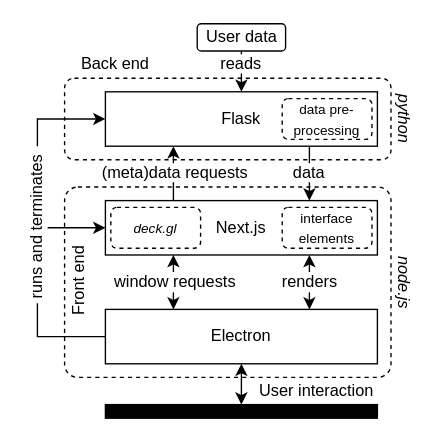
ylseanna/QuakeView keeps this draw.io diagram as docs/content/img/quakeview_structure.drawio. Above is the earlier version. Source tidied: cells renumbered, new cells numbered last; positions are measured from the earlier drawing's top-left corner, leaving out a move shared by most shapes. Both pictures are drawn from the tidied source at 136%, with x=0, y=0 at pixel (-45, 23).
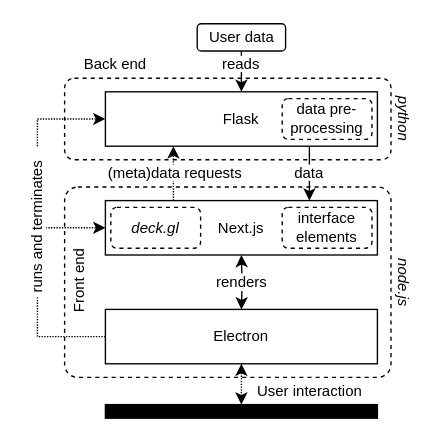
Above is the later version.

Commit message (it also covers changes not shown here):
Rejumbling for figures

The edit, as a diff of the source:
```diff
@@
-    <mxCell id="2" style="rounded=1;whiteSpace=wrap;html=1;dashed=1;fillColor=none;arcSize=7;" parent="1" vertex="1">
+    <mxCell id="2" style="rounded=1;whiteSpace=wrap;html=1;dashed=1;fillColor=none;arcSize=7;fontSize=11;" parent="1" vertex="1">
       <mxGeometry x="80" y="120" width="240" height="140" as="geometry" />
     </mxCell>
-    <mxCell id="3" style="edgeStyle=orthogonalEdgeStyle;rounded=0;jettySize=auto;html=1;entryX=0;entryY=0.5;entryDx=0;entryDy=0;" parent="1" edge="1" source="16" target="12">
+    <mxCell id="3" style="edgeStyle=orthogonalEdgeStyle;rounded=0;jettySize=auto;html=1;entryX=0;entryY=0.5;entryDx=0;entryDy=0;dashed=1;dashPattern=1 1;fontSize=11;" parent="1" edge="1" source="16" target="12">
       <mxGeometry relative="1" as="geometry">
         <Array as="points">
           <mxPoint x="60" y="70" />
         </Array>
       </mxGeometry>
     </mxCell>
-    <mxCell id="4" style="edgeStyle=orthogonalEdgeStyle;rounded=0;jettySize=auto;html=1;exitX=0.25;exitY=0;exitDx=0;exitDy=0;entryX=0.25;entryY=1;entryDx=0;entryDy=0;startArrow=classic;startFill=1;" parent="1" edge="1" source="5" target="8">
-      <mxGeometry relative="1" as="geometry" />
-    </mxCell>
-    <mxCell id="5" value="Electron" style="rounded=0;whiteSpace=wrap;html=1;" parent="1" vertex="1">
+    <mxCell id="5" value="Electron" style="rounded=0;whiteSpace=wrap;html=1;fontSize=11;" parent="1" vertex="1">
       <mxGeometry x="110" y="210" width="200" height="40" as="geometry" />
     </mxCell>
-    <mxCell id="6" style="edgeStyle=orthogonalEdgeStyle;rounded=0;jettySize=auto;html=1;exitX=0.25;exitY=0;exitDx=0;exitDy=0;entryX=0.25;entryY=1;entryDx=0;entryDy=0;" parent="1" edge="1" source="8" target="12">
+    <mxCell id="6" style="edgeStyle=orthogonalEdgeStyle;rounded=0;jettySize=auto;html=1;exitX=0.25;exitY=0;exitDx=0;exitDy=0;entryX=0.25;entryY=1;entryDx=0;entryDy=0;dashed=1;dashPattern=1 1;fontSize=11;" parent="1" edge="1" source="8" target="12">
       <mxGeometry relative="1" as="geometry" />
     </mxCell>
-    <mxCell id="7" style="edgeStyle=orthogonalEdgeStyle;rounded=0;jettySize=auto;html=1;exitX=0.75;exitY=1;exitDx=0;exitDy=0;entryX=0.75;entryY=0;entryDx=0;entryDy=0;startArrow=classic;startFill=1;" parent="1" edge="1" source="8" target="5">
-      <mxGeometry relative="1" as="geometry" />
+    <mxCell id="7" style="edgeStyle=orthogonalEdgeStyle;rounded=0;orthogonalLoop=1;jettySize=auto;html=1;exitX=0.75;exitY=1;exitDx=0;exitDy=0;entryX=0.75;entryY=0;entryDx=0;entryDy=0;startArrow=classic;startFill=1;fontSize=11;" parent="1" edge="1">
+      <mxGeometry relative="1" as="geometry">
+        <mxPoint x="210" y="170" as="sourcePoint" />
+        <mxPoint x="210" y="210" as="targetPoint" />
+      </mxGeometry>
     </mxCell>
-    <mxCell id="8" value="Next.js" style="rounded=0;whiteSpace=wrap;html=1;" parent="1" vertex="1">
+    <mxCell id="8" value="Next.js" style="rounded=0;whiteSpace=wrap;html=1;fontSize=11;" parent="1" vertex="1">
       <mxGeometry x="110" y="130" width="200" height="40" as="geometry" />
     </mxCell>
-    <mxCell id="9" style="rounded=1;whiteSpace=wrap;html=1;dashed=1;fillColor=none;arcSize=12;" parent="1" vertex="1">
+    <mxCell id="9" style="rounded=1;whiteSpace=wrap;html=1;dashed=1;fillColor=none;arcSize=12;fontSize=11;" parent="1" vertex="1">
       <mxGeometry x="80" y="40" width="240" height="60" as="geometry" />
     </mxCell>
-    <mxCell id="10" style="edgeStyle=orthogonalEdgeStyle;rounded=0;jettySize=auto;html=1;exitX=0.75;exitY=1;exitDx=0;exitDy=0;entryX=0.75;entryY=0;entryDx=0;entryDy=0;" parent="1" edge="1" source="12" target="8">
+    <mxCell id="10" style="edgeStyle=orthogonalEdgeStyle;rounded=0;jettySize=auto;html=1;exitX=0.75;exitY=1;exitDx=0;exitDy=0;entryX=0.75;entryY=0;entryDx=0;entryDy=0;fontSize=11;" parent="1" edge="1" source="12" target="8">
       <mxGeometry relative="1" as="geometry" />
     </mxCell>
-    <mxCell id="11" style="edgeStyle=orthogonalEdgeStyle;rounded=0;jettySize=auto;html=1;exitX=0.5;exitY=0;exitDx=0;exitDy=0;startArrow=classic;startFill=1;endArrow=none;endFill=0;" parent="1" edge="1" source="12" target="22">
+    <mxCell id="11" style="edgeStyle=orthogonalEdgeStyle;rounded=0;jettySize=auto;html=1;exitX=0.5;exitY=0;exitDx=0;exitDy=0;startArrow=classic;startFill=1;endArrow=none;endFill=0;fontSize=11;" parent="1" edge="1" source="12" target="22">
       <mxGeometry relative="1" as="geometry" />
     </mxCell>
-    <mxCell id="12" value="Flask" style="rounded=0;whiteSpace=wrap;html=1;" parent="1" vertex="1">
+    <mxCell id="12" value="Flask" style="rounded=0;whiteSpace=wrap;html=1;fontSize=11;" parent="1" vertex="1">
       <mxGeometry x="110" y="50" width="200" height="40" as="geometry" />
     </mxCell>
-    <mxCell id="13" style="endArrow=classic;html=1;rounded=0;exitX=0;exitY=0.5;exitDx=0;exitDy=0;entryX=0;entryY=0.5;entryDx=0;entryDy=0;" parent="1" edge="1" source="5" target="8">
+    <mxCell id="13" style="endArrow=classic;html=1;rounded=0;exitX=0;exitY=0.5;exitDx=0;exitDy=0;entryX=0;entryY=0.5;entryDx=0;entryDy=0;dashed=1;dashPattern=1 1;fontSize=11;" parent="1" edge="1" source="5" target="8">
       <mxGeometry relative="1" as="geometry">
         <Array as="points">
           <mxPoint x="60" y="230" />
           <mxPoint x="60" y="150" />
         </Array>
       </mxGeometry>
     </mxCell>
-    <mxCell id="14" value="&amp;nbsp;Front end&amp;nbsp;" style="text;html=1;strokeColor=none;fillColor=none;align=center;verticalAlign=middle;rounded=0;labelBackgroundColor=default;spacing=2;rotation=-90;" parent="1" vertex="1">
+    <mxCell id="14" value="&amp;nbsp;Front end&amp;nbsp;" style="text;html=1;strokeColor=none;fillColor=none;align=center;verticalAlign=middle;rounded=0;labelBackgroundColor=default;spacing=2;rotation=-90;fontSize=11;" parent="1" vertex="1">
       <mxGeometry x="23" y="180" width="135" height="20" as="geometry" />
     </mxCell>
-    <mxCell id="15" value="&amp;nbsp;Back end&amp;nbsp;" style="text;html=1;whiteSpace=wrap;strokeColor=none;fillColor=none;align=center;verticalAlign=middle;rounded=0;labelBackgroundColor=default;rotation=0;" parent="1" vertex="1">
+    <mxCell id="15" value="&amp;nbsp;Back end&amp;nbsp;" style="text;html=1;whiteSpace=wrap;strokeColor=none;fillColor=none;align=center;verticalAlign=middle;rounded=0;labelBackgroundColor=default;rotation=0;fontSize=11;" parent="1" vertex="1">
       <mxGeometry x="80" y="20" width="74.5" height="20" as="geometry" />
     </mxCell>
-    <mxCell id="16" value="&amp;nbsp;runs and terminates&amp;nbsp;" style="text;html=1;strokeColor=none;fillColor=none;align=center;verticalAlign=middle;rounded=0;labelBackgroundColor=default;spacing=2;rotation=-90;" parent="1" vertex="1">
+    <mxCell id="16" value="&amp;nbsp;runs and terminates&amp;nbsp;" style="text;html=1;strokeColor=none;fillColor=none;align=center;verticalAlign=middle;rounded=0;labelBackgroundColor=default;spacing=2;rotation=-90;fontSize=11;" parent="1" vertex="1">
       <mxGeometry y="140" width="120" height="20" as="geometry" />
     </mxCell>
-    <mxCell id="17" value="&lt;span style=&quot;background-color: light-dark(#ffffff, var(--ge-dark-color, #121212));&quot;&gt;(meta)data requests&lt;/span&gt;" style="text;html=1;whiteSpace=wrap;strokeColor=none;fillColor=none;align=center;verticalAlign=middle;rounded=0;" parent="1" vertex="1">
+    <mxCell id="17" value="&lt;span style=&quot;background-color: light-dark(#ffffff, var(--ge-dark-color, #121212));&quot;&gt;(meta)data requests&lt;/span&gt;" style="text;html=1;whiteSpace=wrap;strokeColor=none;fillColor=none;align=center;verticalAlign=middle;rounded=0;fontSize=11;" parent="1" vertex="1">
       <mxGeometry x="101" y="100" width="120.5" height="20" as="geometry" />
     </mxCell>
-    <mxCell id="18" value="&lt;span style=&quot;background-color: light-dark(#ffffff, var(--ge-dark-color, #121212));&quot;&gt;data&lt;/span&gt;" style="text;html=1;whiteSpace=wrap;strokeColor=none;fillColor=none;align=center;verticalAlign=middle;rounded=0;" parent="1" vertex="1">
+    <mxCell id="18" value="&lt;span style=&quot;background-color: light-dark(#ffffff, var(--ge-dark-color, #121212));&quot;&gt;data&lt;/span&gt;" style="text;html=1;whiteSpace=wrap;strokeColor=none;fillColor=none;align=center;verticalAlign=middle;rounded=0;fontSize=11;" parent="1" vertex="1">
       <mxGeometry x="230" y="100" width="60" height="20" as="geometry" />
     </mxCell>
-    <mxCell id="19" value="window requests" style="text;html=1;strokeColor=none;fillColor=none;align=center;verticalAlign=middle;rounded=0;labelBackgroundColor=default;spacing=2;" parent="1" vertex="1">
-      <mxGeometry x="101" y="180" width="120" height="20" as="geometry" />
-    </mxCell>
-    <mxCell id="20" value="renders" style="text;html=1;strokeColor=none;fillColor=none;align=center;verticalAlign=middle;rounded=0;labelBackgroundColor=default;spacing=2;" parent="1" vertex="1">
-      <mxGeometry x="200" y="180" width="120" height="20" as="geometry" />
+    <mxCell id="20" value="renders" style="text;html=1;strokeColor=none;fillColor=none;align=center;verticalAlign=middle;rounded=0;labelBackgroundColor=default;spacing=2;fontSize=11;" parent="1" vertex="1">
+      <mxGeometry x="150" y="180" width="120" height="20" as="geometry" />
     </mxCell>
-    <mxCell id="21" value="User interaction" style="text;html=1;strokeColor=none;fillColor=none;align=center;verticalAlign=middle;rounded=0;labelBackgroundColor=default;spacing=2;" parent="1" vertex="1">
-      <mxGeometry x="205" y="260" width="120" height="20" as="geometry" />
+    <mxCell id="21" value="User interaction" style="text;html=1;strokeColor=none;fillColor=none;align=center;verticalAlign=middle;rounded=0;labelBackgroundColor=default;spacing=2;fontSize=11;" parent="1" vertex="1">
+      <mxGeometry x="200" y="260" width="120" height="20" as="geometry" />
     </mxCell>
-    <mxCell id="22" value="User data" style="rounded=1;whiteSpace=wrap;html=1;" parent="1" vertex="1">
+    <mxCell id="22" value="User data" style="rounded=1;whiteSpace=wrap;html=1;fontSize=11;" parent="1" vertex="1">
       <mxGeometry x="177.5" width="65" height="20" as="geometry" />
     </mxCell>
-    <mxCell id="23" value="&lt;i style=&quot;color: rgb(0, 0, 0); background-color: light-dark(#ffffff, var(--ge-dark-color, #121212));&quot;&gt;&amp;nbsp;python&amp;nbsp;&lt;/i&gt;" style="text;html=1;whiteSpace=wrap;strokeColor=none;fillColor=none;align=center;verticalAlign=middle;rounded=0;rotation=90;" parent="1" vertex="1">
+    <mxCell id="23" value="&lt;i style=&quot;color: rgb(0, 0, 0); background-color: light-dark(#ffffff, var(--ge-dark-color, #121212));&quot;&gt;&amp;nbsp;python&amp;nbsp;&lt;/i&gt;" style="text;html=1;whiteSpace=wrap;strokeColor=none;fillColor=none;align=center;verticalAlign=middle;rounded=0;rotation=90;fontSize=11;" parent="1" vertex="1">
       <mxGeometry x="300" y="55" width="60" height="30" as="geometry" />
     </mxCell>
-    <mxCell id="24" value="&lt;span style=&quot;background-color: light-dark(#ffffff, var(--ge-dark-color, #121212));&quot;&gt;reads&lt;/span&gt;" style="text;html=1;whiteSpace=wrap;strokeColor=none;fillColor=none;align=center;verticalAlign=middle;rounded=0;" parent="1" vertex="1">
+    <mxCell id="24" value="&lt;span style=&quot;background-color: light-dark(#ffffff, var(--ge-dark-color, #121212));&quot;&gt;reads&lt;/span&gt;" style="text;html=1;whiteSpace=wrap;strokeColor=none;fillColor=none;align=center;verticalAlign=middle;rounded=0;fontSize=11;" parent="1" vertex="1">
       <mxGeometry x="180" y="20" width="60" height="20" as="geometry" />
     </mxCell>
-    <mxCell id="25" value="&lt;i&gt;node.js&lt;/i&gt;" style="text;html=1;strokeColor=none;fillColor=none;align=center;verticalAlign=middle;rounded=0;labelBackgroundColor=default;spacing=2;rotation=90;" parent="1" vertex="1">
+    <mxCell id="25" value="&lt;i&gt;node.js&lt;/i&gt;" style="text;html=1;strokeColor=none;fillColor=none;align=center;verticalAlign=middle;rounded=0;labelBackgroundColor=default;spacing=2;rotation=90;fontSize=11;" parent="1" vertex="1">
       <mxGeometry x="305" y="180" width="50" height="20" as="geometry" />
     </mxCell>
-    <mxCell id="26" style="edgeStyle=orthogonalEdgeStyle;rounded=0;jettySize=auto;html=1;exitX=0.5;exitY=0;exitDx=0;exitDy=0;startArrow=classic;startFill=1;" parent="1" edge="1" source="27">
+    <mxCell id="26" style="edgeStyle=orthogonalEdgeStyle;rounded=0;jettySize=auto;html=1;exitX=0.5;exitY=0;exitDx=0;exitDy=0;startArrow=classic;startFill=1;dashed=1;dashPattern=1 1;fontSize=11;" parent="1" edge="1" source="27">
       <mxGeometry relative="1" as="geometry">
         <mxPoint x="210" y="250" as="targetPoint" />
       </mxGeometry>
     </mxCell>
-    <mxCell id="27" style="rounded=0;whiteSpace=wrap;html=1;fillColor=#000000;" parent="1" vertex="1">
+    <mxCell id="27" style="rounded=0;whiteSpace=wrap;html=1;fillColor=#000000;fontSize=11;" parent="1" vertex="1">
       <mxGeometry x="110" y="280" width="200" height="10" as="geometry" />
     </mxCell>
-    <mxCell id="28" value="&lt;i&gt;&lt;font style=&quot;font-size: 10px;&quot;&gt;deck.gl&lt;/font&gt;&lt;/i&gt;" style="rounded=1;whiteSpace=wrap;html=1;dashed=1;" parent="1" vertex="1">
+    <mxCell id="28" value="&lt;i&gt;&lt;font&gt;deck.gl&lt;/font&gt;&lt;/i&gt;" style="rounded=1;whiteSpace=wrap;html=1;dashed=1;fontSize=11;" parent="1" vertex="1">
       <mxGeometry x="114" y="135" width="66" height="30" as="geometry" />
     </mxCell>
-    <mxCell id="29" value="&lt;font style=&quot;font-size: 10px;&quot;&gt;interface elements&lt;/font&gt;" style="rounded=1;whiteSpace=wrap;html=1;dashed=1;" parent="1" vertex="1">
+    <mxCell id="29" value="&lt;font&gt;interface elements&lt;/font&gt;" style="rounded=1;whiteSpace=wrap;html=1;dashed=1;fontSize=11;" parent="1" vertex="1">
       <mxGeometry x="240" y="135" width="66" height="30" as="geometry" />
     </mxCell>
-    <mxCell id="30" value="&lt;font style=&quot;font-size: 10px;&quot;&gt;data pre- processing&lt;/font&gt;" style="rounded=1;whiteSpace=wrap;html=1;dashed=1;" parent="1" vertex="1">
+    <mxCell id="30" value="&lt;font&gt;data pre- processing&lt;/font&gt;" style="rounded=1;whiteSpace=wrap;html=1;dashed=1;fontSize=11;" parent="1" vertex="1">
       <mxGeometry x="240" y="55" width="66" height="30" as="geometry" />
     </mxCell>
```
